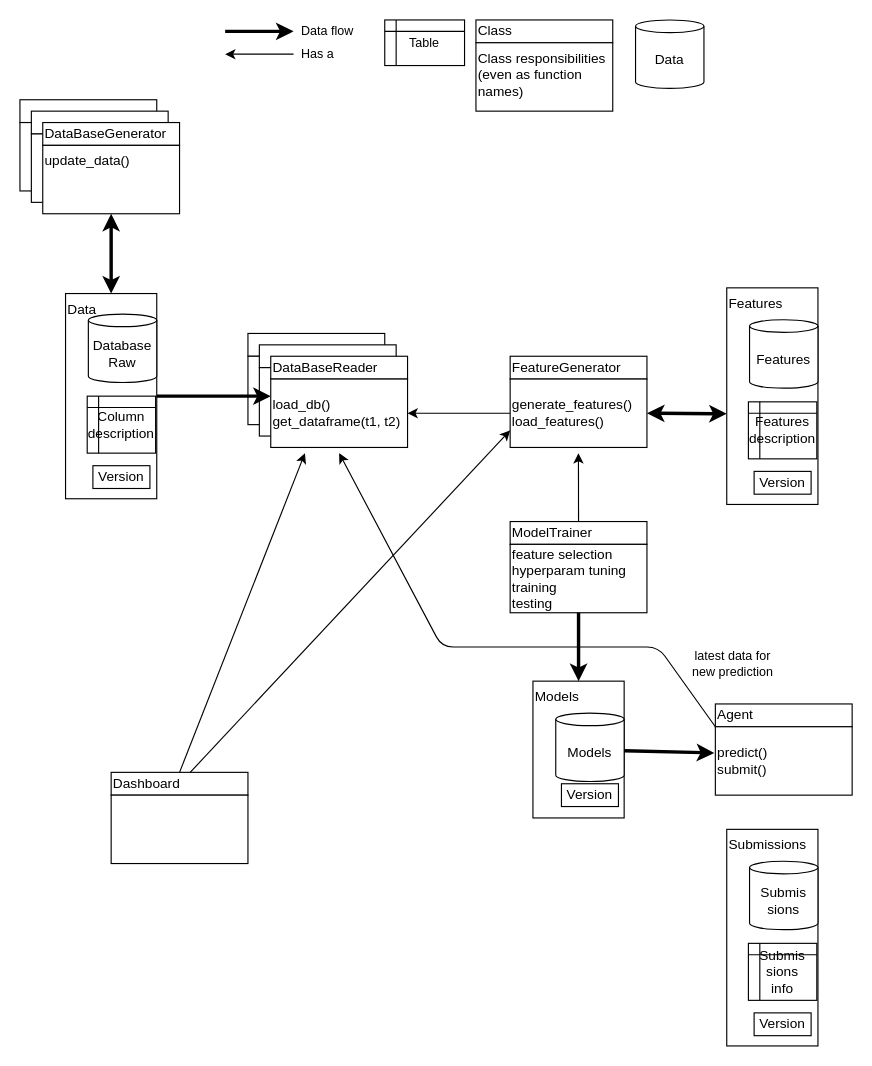
Above: docs/schemes.drawio in rpicatoste/numerai_signals_bot (draw.io), before the change. Source tidied: cells renumbered, new cells numbered last; positions are measured from the earlier drawing's top-left corner, leaving out a move shared by most shapes. Both pictures are drawn from the tidied source at 114%, with x=0, y=0 at pixel (19, 19).
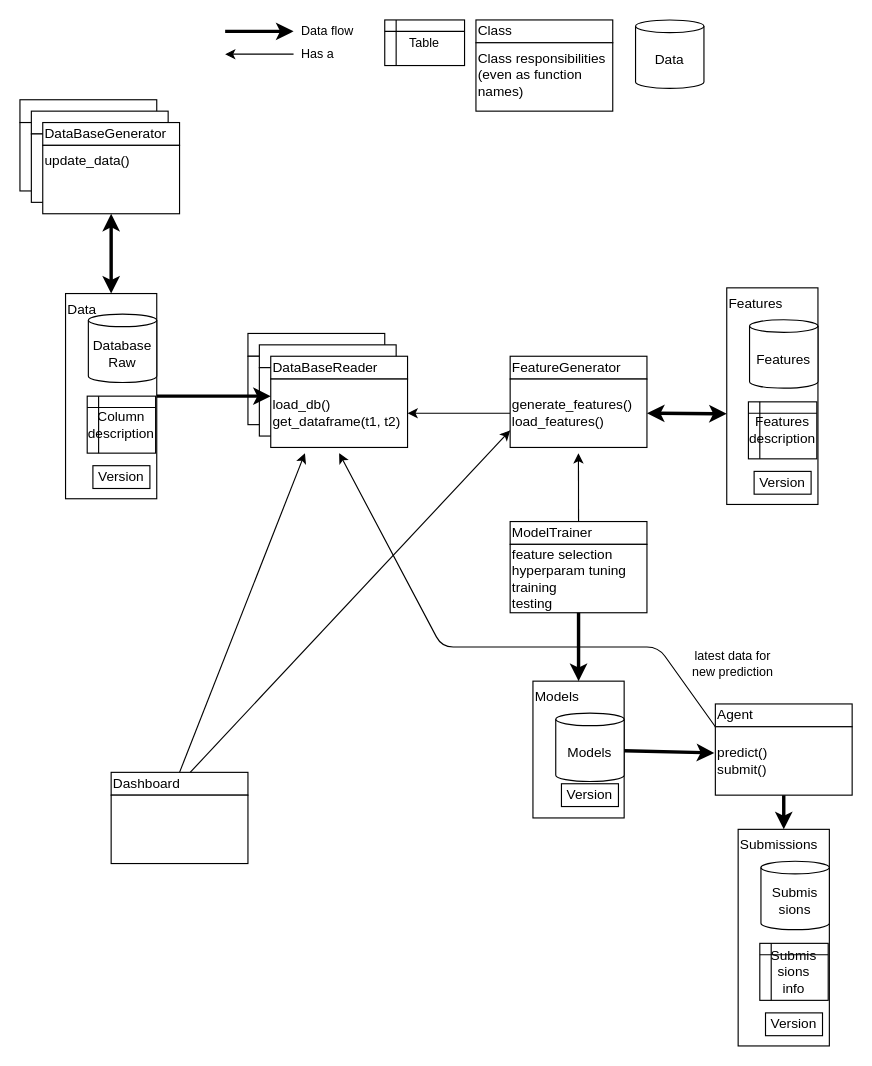
The same diagram, later.

The change refers to these unchanged cells:
```xml
<mxCell id="54" value="predict()&lt;br&gt;submit()" style="rounded=0;whiteSpace=wrap;html=1;align=left;" parent="1" vertex="1">
  <mxGeometry x="610" y="620" width="120" height="60" as="geometry" />
</mxCell>
<mxCell id="68" value="Submissions" style="rounded=0;whiteSpace=wrap;html=1;align=left;labelPosition=center;verticalLabelPosition=middle;verticalAlign=top;horizontal=1;spacing=2;" parent="67" vertex="1">
  <mxGeometry y="-10" width="80" height="190" as="geometry" />
</mxCell>
```

Change to the diagram source:
```diff
@@
+    <mxCell id="72" style="edgeStyle=none;html=1;exitX=0.5;exitY=1;exitDx=0;exitDy=0;entryX=0.5;entryY=0;entryDx=0;entryDy=0;strokeWidth=3;" parent="1" edge="1" source="54" target="68">
+      <mxGeometry relative="1" as="geometry" />
+    </mxCell>
@@
     <mxCell id="67" style="group;" parent="1" vertex="1">
-      <mxGeometry x="620" y="720" width="80" height="180" as="geometry" />
+      <mxGeometry x="630" y="720" width="80" height="180" as="geometry" />
     </mxCell>
```
